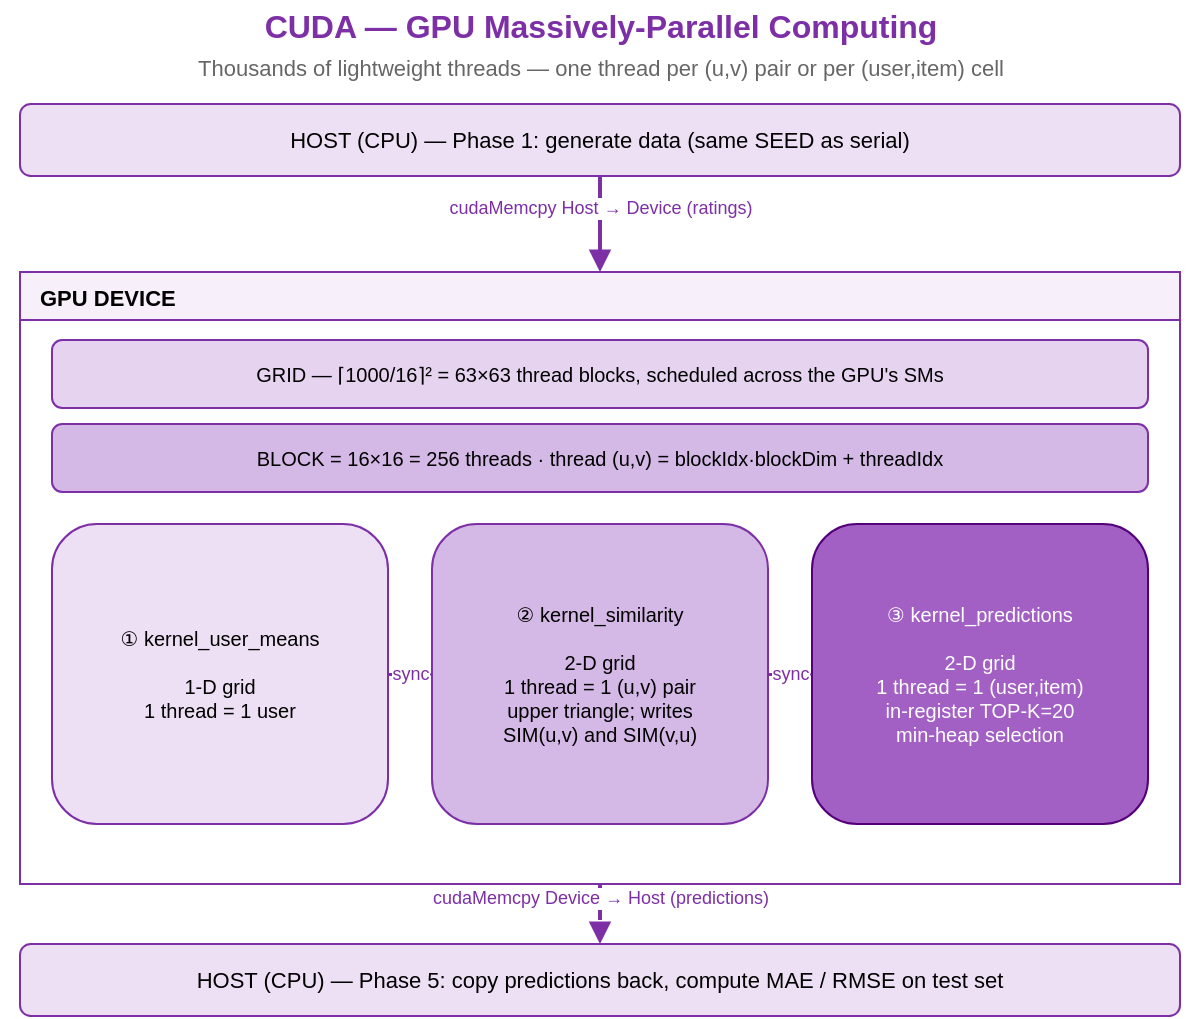
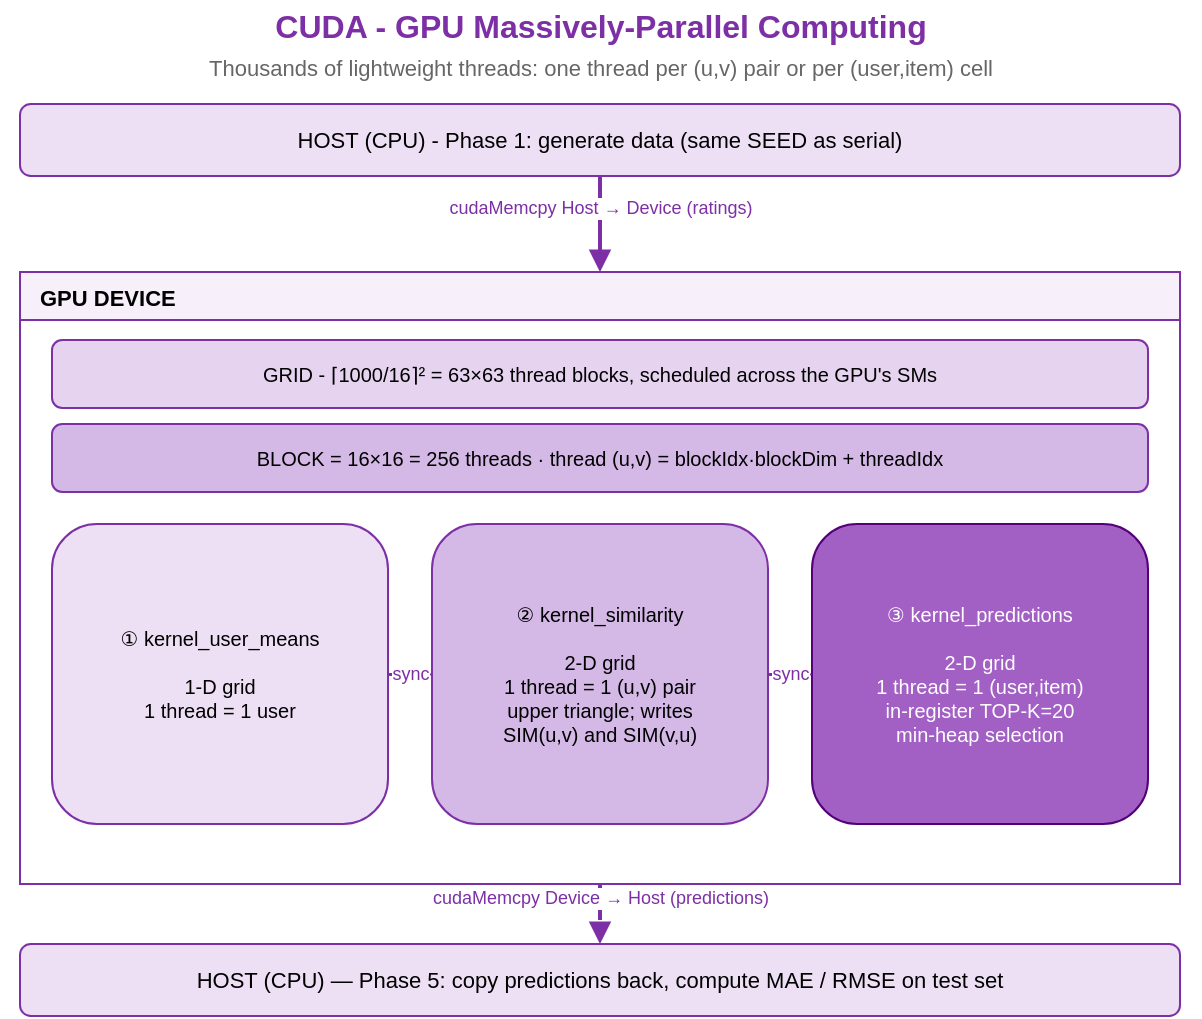
<mxfile host="65bd71144e">
    <diagram id="page5" name="5. CUDA">
-         <mxGraphModel dx="1404" dy="344" grid="1" gridSize="10" guides="1" tooltips="1" connect="1" arrows="1" fold="1" page="1" pageScale="1" pageWidth="900" pageHeight="660" math="0" shadow="0">
+         <mxGraphModel dx="780" dy="191" grid="1" gridSize="10" guides="1" tooltips="1" connect="1" arrows="1" fold="1" page="1" pageScale="1" pageWidth="900" pageHeight="660" math="0" shadow="0">
            <root>
                <mxCell id="0"/>
                <mxCell id="1" parent="0"/>
-                 <mxCell id="ttl" value="CUDA — GPU Massively-Parallel Computing" style="text;html=1;align=center;verticalAlign=middle;fontStyle=1;fontSize=16;fontColor=#7d2fa6;" parent="1" vertex="1">
+                 <mxCell id="ttl" value="CUDA - GPU Massively-Parallel Computing" style="text;html=1;align=center;verticalAlign=middle;fontStyle=1;fontSize=16;fontColor=#7d2fa6;" parent="1" vertex="1">
                    <mxGeometry x="150" y="14" width="600" height="26" as="geometry"/>
                </mxCell>
-                 <mxCell id="sub" value="Thousands of lightweight threads — one thread per (u,v) pair or per (user,item) cell" style="text;html=1;align=center;verticalAlign=middle;fontSize=11;fontColor=#666666;" parent="1" vertex="1">
+                 <mxCell id="sub" value="Thousands of lightweight threads: one thread per (u,v) pair or per (user,item) cell" style="text;html=1;align=center;verticalAlign=middle;fontSize=11;fontColor=#666666;" parent="1" vertex="1">
                    <mxGeometry x="150" y="38" width="600" height="20" as="geometry"/>
                </mxCell>
-                 <mxCell id="host1" value="HOST (CPU) — Phase 1: generate data (same SEED as serial)" style="rounded=1;whiteSpace=wrap;html=1;fillColor=#ede0f4;strokeColor=#7d2fa6;fontSize=11;verticalAlign=middle;" parent="1" vertex="1">
+                 <mxCell id="host1" value="HOST (CPU) - Phase 1: generate data (same SEED as serial)" style="rounded=1;whiteSpace=wrap;html=1;fillColor=#ede0f4;strokeColor=#7d2fa6;fontSize=11;verticalAlign=middle;" parent="1" vertex="1">
                    <mxGeometry x="160" y="66" width="580" height="36" as="geometry"/>
                </mxCell>
                <mxCell id="gpu" value="GPU DEVICE" style="swimlane;startSize=24;whiteSpace=wrap;html=1;fillColor=#f7f0fb;strokeColor=#7d2fa6;fontSize=11;fontStyle=1;verticalAlign=top;align=left;spacingLeft=8;" parent="1" vertex="1">
                    <mxGeometry x="160" y="150" width="580" height="306" as="geometry"/>
                </mxCell>
-                 <mxCell id="g_grid" value="GRID — ⌈1000/16⌉² = 63×63 thread blocks, scheduled across the GPU&#39;s SMs" style="rounded=1;whiteSpace=wrap;html=1;fillColor=#e6d3f0;strokeColor=#7d2fa6;fontSize=10;verticalAlign=middle;" parent="gpu" vertex="1">
+                 <mxCell id="g_grid" value="GRID - ⌈1000/16⌉² = 63×63 thread blocks, scheduled across the GPU&#39;s SMs" style="rounded=1;whiteSpace=wrap;html=1;fillColor=#e6d3f0;strokeColor=#7d2fa6;fontSize=10;verticalAlign=middle;" parent="gpu" vertex="1">
                    <mxGeometry x="16" y="34" width="548" height="34" as="geometry"/>
                </mxCell>
                <mxCell id="g_block" value="BLOCK = 16×16 = 256 threads   ·   thread (u,v) = blockIdx·blockDim + threadIdx" style="rounded=1;whiteSpace=wrap;html=1;fillColor=#d4b8e6;strokeColor=#7d2fa6;fontSize=10;verticalAlign=middle;" parent="gpu" vertex="1">
                    <mxGeometry x="16" y="76" width="548" height="34" as="geometry"/>
                </mxCell>
                <mxCell id="k1" value="① kernel_user_means&#xa;&#xa;1-D grid&#xa;1 thread = 1 user" style="rounded=1;whiteSpace=wrap;html=1;fillColor=#ede0f4;strokeColor=#7d2fa6;fontSize=10;verticalAlign=middle;spacing=4;" parent="gpu" vertex="1">
                    <mxGeometry x="16" y="126" width="168" height="150" as="geometry"/>
                </mxCell>
                <mxCell id="k2" value="② kernel_similarity&#xa;&#xa;2-D grid&#xa;1 thread = 1 (u,v) pair&#xa;upper triangle; writes&#xa;SIM(u,v) and SIM(v,u)" style="rounded=1;whiteSpace=wrap;html=1;fillColor=#d4b8e6;strokeColor=#7d2fa6;fontSize=10;verticalAlign=middle;spacing=4;" parent="gpu" vertex="1">
                    <mxGeometry x="206" y="126" width="168" height="150" as="geometry"/>
                </mxCell>
                <mxCell id="k3" value="③ kernel_predictions&#xa;&#xa;2-D grid&#xa;1 thread = 1 (user,item)&#xa;in-register TOP-K=20&#xa;min-heap selection" style="rounded=1;whiteSpace=wrap;html=1;fillColor=#a25fc4;strokeColor=#54007a;fontColor=#ffffff;fontSize=10;verticalAlign=middle;spacing=4;" parent="gpu" vertex="1">
                    <mxGeometry x="396" y="126" width="168" height="150" as="geometry"/>
                </mxCell>
                <mxCell id="k12" value="sync" style="edgeStyle=orthogonalEdgeStyle;rounded=0;html=1;endArrow=block;endFill=1;strokeWidth=1.5;strokeColor=#7d2fa6;fontSize=9;fontColor=#7d2fa6;" parent="gpu" source="k1" target="k2" edge="1">
                    <mxGeometry relative="1" as="geometry"/>
                </mxCell>
                <mxCell id="k23" value="sync" style="edgeStyle=orthogonalEdgeStyle;rounded=0;html=1;endArrow=block;endFill=1;strokeWidth=1.5;strokeColor=#7d2fa6;fontSize=9;fontColor=#7d2fa6;" parent="gpu" source="k2" target="k3" edge="1">
                    <mxGeometry relative="1" as="geometry"/>
                </mxCell>
                <mxCell id="host2" value="HOST (CPU) — Phase 5: copy predictions back, compute MAE / RMSE on test set" style="rounded=1;whiteSpace=wrap;html=1;fillColor=#ede0f4;strokeColor=#7d2fa6;fontSize=11;verticalAlign=middle;" parent="1" vertex="1">
                    <mxGeometry x="160" y="486" width="580" height="36" as="geometry"/>
                </mxCell>
                <mxCell id="h2d" value="cudaMemcpy  Host → Device  (ratings)" style="edgeStyle=orthogonalEdgeStyle;rounded=0;html=1;endArrow=block;endFill=1;strokeWidth=2;strokeColor=#7d2fa6;fontSize=9;fontColor=#7d2fa6;verticalAlign=bottom;" parent="1" source="host1" target="gpu" edge="1">
                    <mxGeometry relative="1" as="geometry"/>
                </mxCell>
                <mxCell id="d2h" value="cudaMemcpy  Device → Host  (predictions)" style="edgeStyle=orthogonalEdgeStyle;rounded=0;html=1;endArrow=block;endFill=1;strokeWidth=2;strokeColor=#7d2fa6;dashed=1;fontSize=9;fontColor=#7d2fa6;verticalAlign=bottom;" parent="1" source="gpu" target="host2" edge="1">
                    <mxGeometry relative="1" as="geometry"/>
                </mxCell>
            </root>
        </mxGraphModel>
    </diagram>
</mxfile>